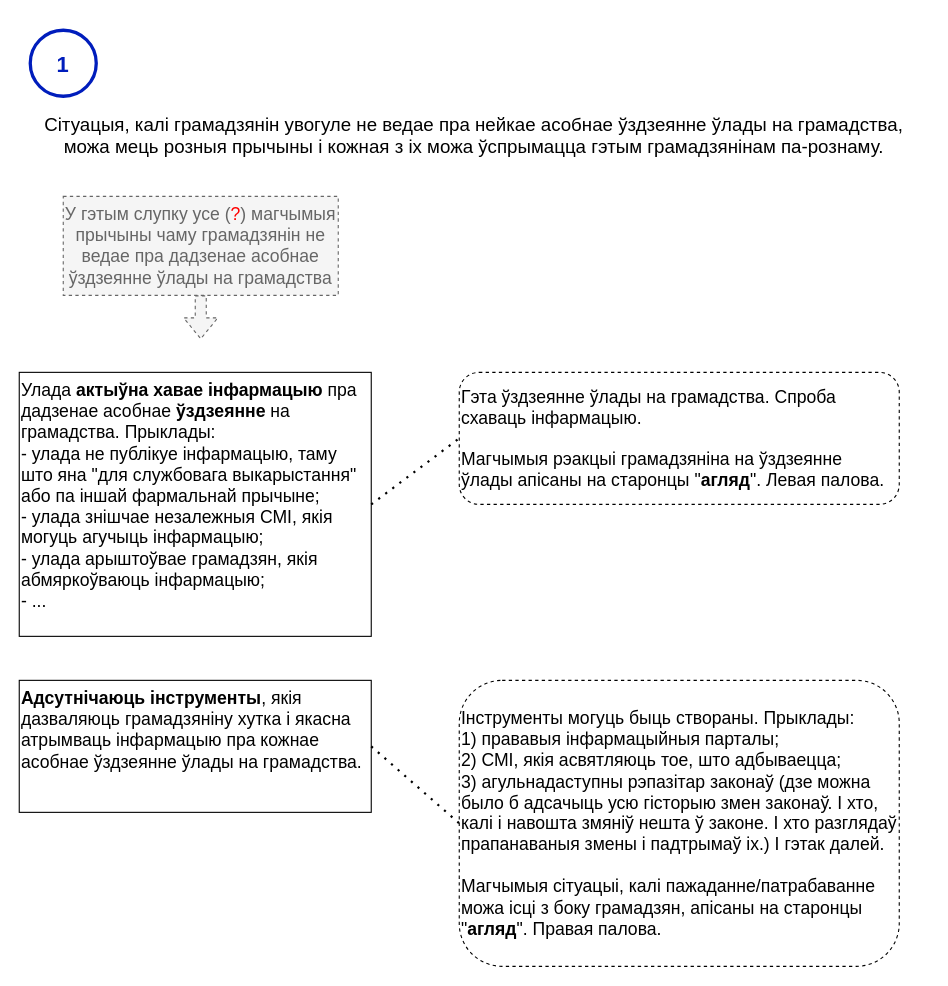
Earlier version of the draw.io diagram page "нататка-1" (2 of 2) of current-reality-tree/Дрэва цяперашняй рэальнасці.drawio (mshurkaeu-public/i-care.by). Source tidied: cells renumbered, new cells numbered last; positions are measured from the earlier drawing's top-left corner, leaving out a move shared by most shapes. Both pictures are drawn from the tidied source at 110%, with x=0, y=0 at pixel (19, 30).
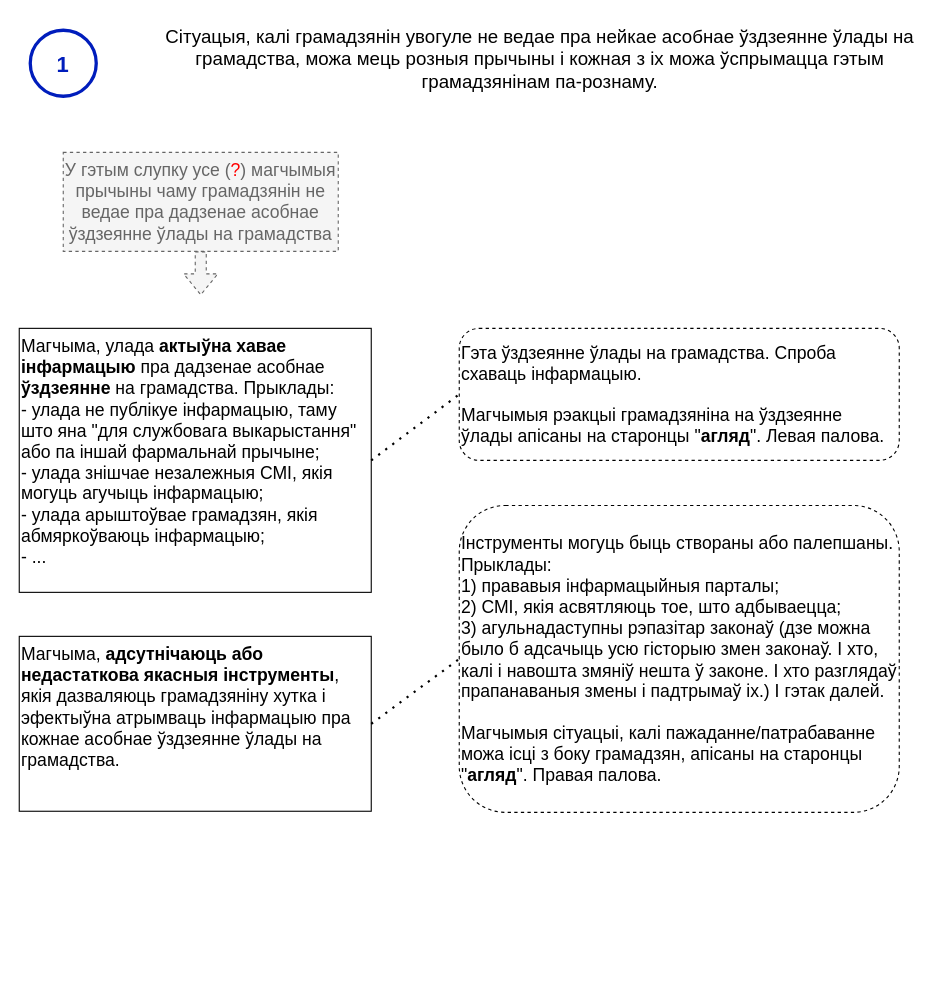
After the change.

Commit message:
The 39 version of the current reality tree

Change to the diagram source:
```diff
@@
 <mxGraphModel background="#ffffff">
   <root>
     <mxCell id="0" />
     <mxCell id="1" parent="0" />
     <mxCell id="2" value="Сітуацыя, калі грамадзянін увогуле не ведае пра нейкае асобнае ўздзеянне ўлады на грамадства, можа мець розныя прычыны і кожная з іх можа ўспрымацца гэтым грамадзянінам па-рознаму." style="text;html=1;strokeColor=none;fillColor=none;align=center;verticalAlign=top;whiteSpace=wrap;rounded=0;fontSize=17;" parent="1" vertex="1">
-      <mxGeometry y="70" width="827" height="60" as="geometry" />
+      <mxGeometry x="120" y="-10" width="707" height="80" as="geometry" />
     </mxCell>
     <mxCell id="3" style="verticalLabelPosition=bottom;verticalAlign=top;html=1;shape=mxgraph.flowchart.on-page_reference;strokeWidth=3;fillColor=none;fontColor=#ffffff;strokeColor=#001DBC;comic=0;" parent="1" vertex="1">
       <mxGeometry x="10" width="60" height="60" as="geometry" />
     </mxCell>
     <mxCell id="4" value="1" style="text;html=1;strokeColor=none;fillColor=none;align=center;verticalAlign=middle;whiteSpace=wrap;rounded=0;fontColor=#001DBC;fontSize=20;fontStyle=1;" parent="1" vertex="1">
       <mxGeometry x="10" y="15" width="60" height="30" as="geometry" />
     </mxCell>
     <mxCell id="5" value="У гэтым слупку усе (&lt;font color=&quot;#ff0000&quot;&gt;?&lt;/font&gt;) магчымыя прычыны чаму грамадзянін не ведае пра дадзенае асобнае ўздзеянне ўлады на грамадства" style="text;html=1;strokeColor=#666666;fillColor=#f5f5f5;align=center;verticalAlign=top;whiteSpace=wrap;rounded=0;fontSize=16;fontColor=#666666;dashed=1;" parent="1" vertex="1">
-      <mxGeometry x="40" y="151" width="250" height="90" as="geometry" />
+      <mxGeometry x="40" y="111" width="250" height="90" as="geometry" />
     </mxCell>
     <mxCell id="6" style="shape=flexArrow;endArrow=classic;html=1;rounded=0;exitX=0.5;exitY=1;exitDx=0;exitDy=0;fillColor=#f5f5f5;strokeColor=#666666;dashed=1;" parent="1" edge="1" source="5">
       <mxGeometry relative="1" as="geometry">
-        <mxPoint x="165" y="281" as="targetPoint" />
+        <mxPoint x="165" y="241" as="targetPoint" />
       </mxGeometry>
     </mxCell>
-    <mxCell id="7" value="Улада &lt;b&gt;актыўна хавае інфармацыю&lt;/b&gt; пра дадзенае асобнае &lt;b&gt;ўздзеянне&lt;/b&gt; на грамадства. Прыклады:&lt;br&gt;- улада не публікуе інфармацыю, таму што яна &quot;для службовага выкарыстання&quot; або па іншай фармальнай прычыне;&lt;br&gt;- улада знішчае незалежныя СМІ, якія могуць агучыць інфармацыю;&lt;br&gt;- улада арыштоўвае грамадзян, якія абмяркоўваюць інфармацыю;&lt;br&gt;- ...&lt;br&gt; " style="text;html=1;align=left;verticalAlign=top;whiteSpace=wrap;rounded=0;fontSize=16;strokeColor=default;" parent="1" vertex="1">
-      <mxGeometry y="311" width="320" height="240" as="geometry" />
+    <mxCell id="7" value="Магчыма, улада &lt;b&gt;актыўна хавае інфармацыю&lt;/b&gt; пра дадзенае асобнае &lt;b&gt;ўздзеянне&lt;/b&gt; на грамадства. Прыклады:&lt;br&gt;- улада не публікуе інфармацыю, таму што яна &quot;для службовага выкарыстання&quot; або па іншай фармальнай прычыне;&lt;br&gt;- улада знішчае незалежныя СМІ, якія могуць агучыць інфармацыю;&lt;br&gt;- улада арыштоўвае грамадзян, якія абмяркоўваюць інфармацыю;&lt;br&gt;- ...&lt;br&gt; " style="text;html=1;align=left;verticalAlign=top;whiteSpace=wrap;rounded=0;fontSize=16;strokeColor=default;" parent="1" vertex="1">
+      <mxGeometry y="271" width="320" height="240" as="geometry" />
     </mxCell>
-    <mxCell id="8" value="&lt;b&gt;Адсутнічаюць інструменты&lt;/b&gt;, якія дазваляюць грамадзяніну хутка і якасна атрымваць інфармацыю пра кожнае асобнае ўздзеянне ўлады на грамадства.&lt;br&gt; " style="text;html=1;align=left;verticalAlign=top;whiteSpace=wrap;rounded=0;fontSize=16;strokeColor=default;" parent="1" vertex="1">
-      <mxGeometry y="591" width="320" height="120" as="geometry" />
+    <mxCell id="8" value="Магчыма, &lt;b&gt;адсутнічаюць або недастаткова якасныя інструменты&lt;/b&gt;, якія дазваляюць грамадзяніну хутка і эфектыўна атрымваць інфармацыю пра кожнае асобнае ўздзеянне ўлады на грамадства.&lt;br&gt; " style="text;html=1;align=left;verticalAlign=top;whiteSpace=wrap;rounded=0;fontSize=16;strokeColor=default;" parent="1" vertex="1">
+      <mxGeometry y="551" width="320" height="159" as="geometry" />
     </mxCell>
-    <mxCell id="9" value="&lt;span&gt;Інструменты могуць быць створаны. Прыклады:&lt;br&gt;1) прававыя інфармацыйныя парталы;&lt;br&gt;2) СМІ, якія асвятляюць тое, што адбываецца;&lt;br&gt;3) &lt;/span&gt;агульнадаступны рэпазітар законаў (дзе можна было б адсачыць усю гісторыю змен законаў. І хто, калі і навошта змяніў нешта ў законе. І хто разглядаў прапанаваныя змены і падтрымаў іх.) І гэтак далей.&lt;br&gt;&lt;br&gt;Магчымыя сітуацыі, калі пажаданне/патрабаванне можа ісці з боку грамадзян, апісаны на старонцы &quot;&lt;b&gt;агляд&lt;/b&gt;&quot;. Правая палова." style="text;html=1;align=left;verticalAlign=middle;whiteSpace=wrap;rounded=1;fontSize=16;strokeColor=default;fontStyle=0;dashed=1;" parent="1" vertex="1">
-      <mxGeometry x="400" y="591" width="400" height="260" as="geometry" />
+    <mxCell id="9" value="&lt;span&gt;Інструменты могуць быць створаны або палепшаны. Прыклады:&lt;br&gt;1) прававыя інфармацыйныя парталы;&lt;br&gt;2) СМІ, якія асвятляюць тое, што адбываецца;&lt;br&gt;3) &lt;/span&gt;агульнадаступны рэпазітар законаў (дзе можна было б адсачыць усю гісторыю змен законаў. І хто, калі і навошта змяніў нешта ў законе. І хто разглядаў прапанаваныя змены і падтрымаў іх.) І гэтак далей.&lt;br&gt;&lt;br&gt;Магчымыя сітуацыі, калі пажаданне/патрабаванне можа ісці з боку грамадзян, апісаны на старонцы &quot;&lt;b&gt;агляд&lt;/b&gt;&quot;. Правая палова." style="text;html=1;align=left;verticalAlign=middle;whiteSpace=wrap;rounded=1;fontSize=16;strokeColor=default;fontStyle=0;dashed=1;" parent="1" vertex="1">
+      <mxGeometry x="400" y="432" width="400" height="279" as="geometry" />
     </mxCell>
     <mxCell id="10" value="&lt;span&gt;Гэта ўздзеянне ўлады на грамадства. Спроба схаваць інфармацыю.&lt;br&gt;&lt;br&gt;Магчымыя рэакцыі грамадзяніна на ўздзеянне ўлады апісаны на старонцы &quot;&lt;b&gt;агляд&lt;/b&gt;&quot;. Левая палова.&lt;br&gt;&lt;/span&gt;" style="text;html=1;align=left;verticalAlign=middle;whiteSpace=wrap;rounded=1;fontSize=16;strokeColor=default;fontStyle=0;glass=0;shadow=0;dashed=1;" parent="1" vertex="1">
-      <mxGeometry x="400" y="311" width="400" height="120" as="geometry" />
+      <mxGeometry x="400" y="271" width="400" height="120" as="geometry" />
     </mxCell>
     <mxCell id="11" style="endArrow=none;dashed=1;html=1;dashPattern=1 3;strokeWidth=2;rounded=0;exitX=1;exitY=0.5;exitDx=0;exitDy=0;entryX=0;entryY=0.5;entryDx=0;entryDy=0;" parent="1" edge="1" source="7" target="10">
       <mxGeometry relative="1" as="geometry" />
     </mxCell>
     <mxCell id="12" style="endArrow=none;dashed=1;html=1;dashPattern=1 3;strokeWidth=2;rounded=0;exitX=1;exitY=0.5;exitDx=0;exitDy=0;entryX=0;entryY=0.5;entryDx=0;entryDy=0;" parent="1" edge="1" source="8" target="9">
       <mxGeometry relative="1" as="geometry" />
     </mxCell>
   </root>
 </mxGraphModel>
```
